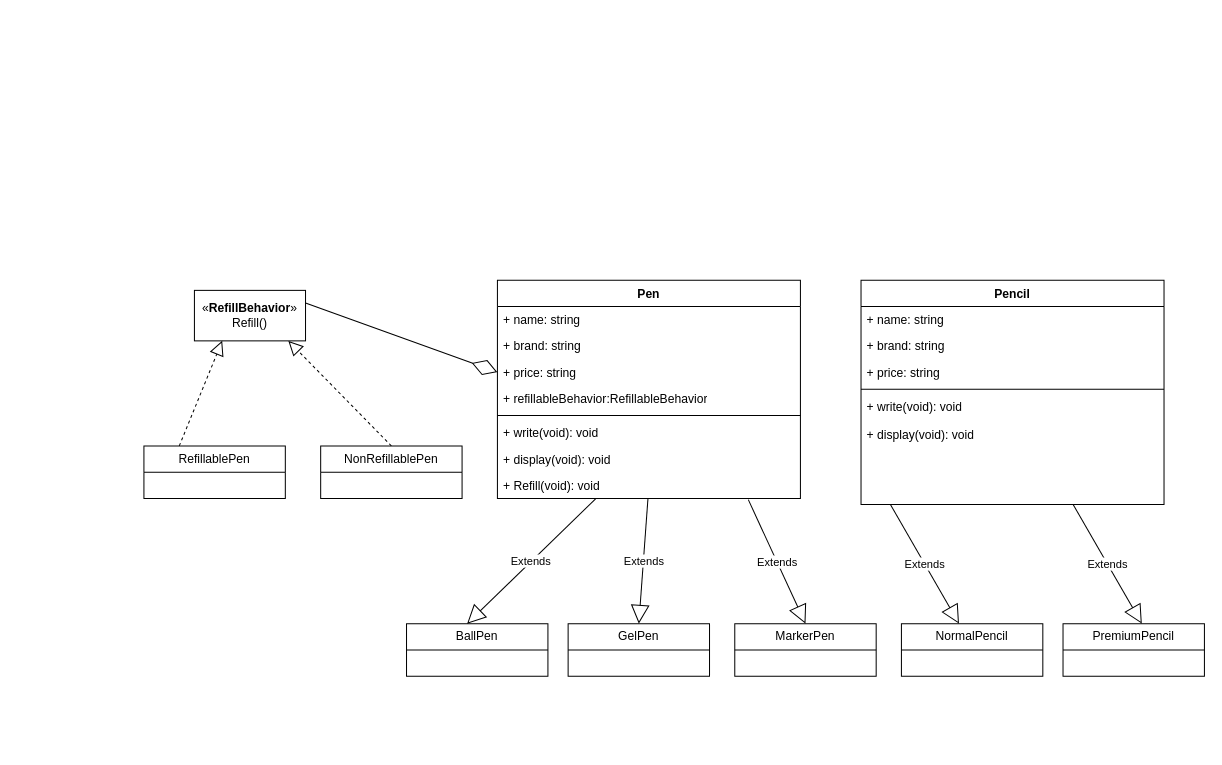
Above: Design_A_Pen_1.drawio in aktomer06/Draw.io (draw.io), before the change. Source tidied: cells renumbered, new cells numbered last; positions are measured from the earlier drawing's top-left corner, leaving out a move shared by most shapes. Both pictures are drawn from the tidied source at 101%, with x=0, y=0 at pixel (143, 280).
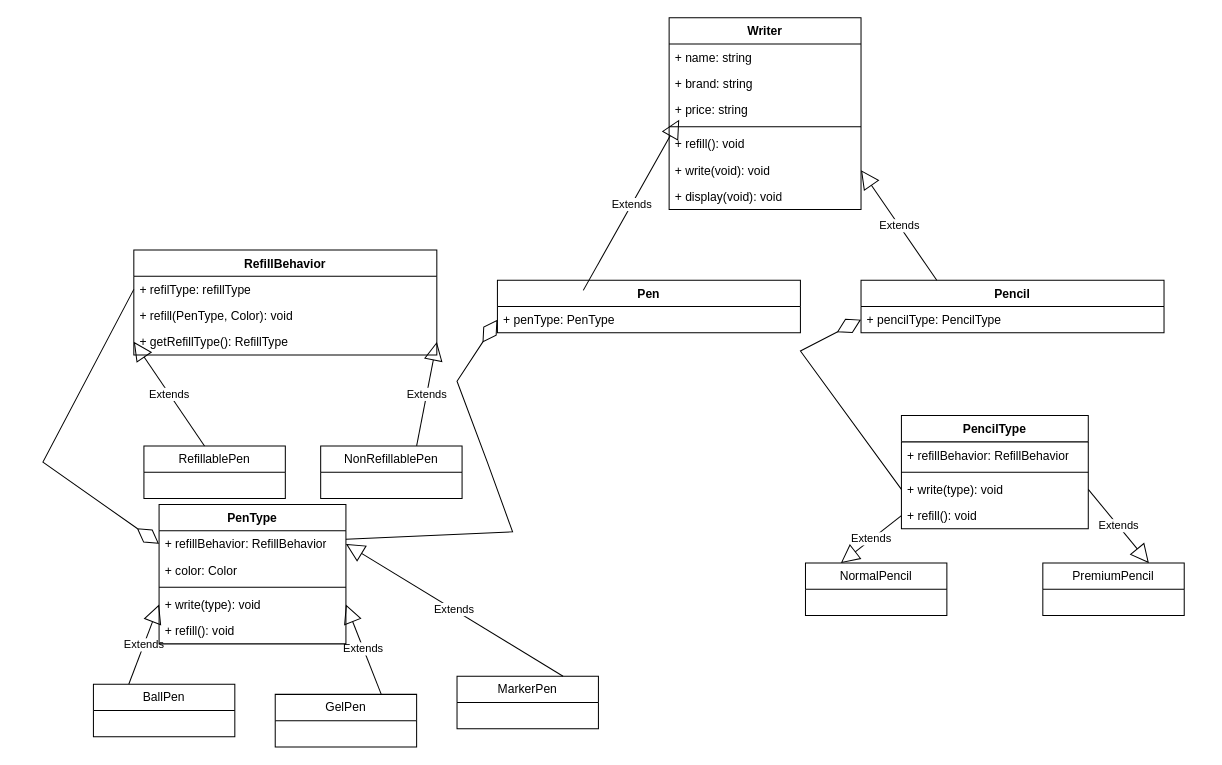
Above is the later version.

Unchanged cells that the change refers to:
```xml
<mxCell id="29" value="RefillablePen" style="swimlane;fontStyle=0;horizontal=1;startSize=26;fillColor=none;whiteSpace=wrap;html=1;" parent="1" vertex="1">
  <mxGeometry y="164" width="140" height="52" as="geometry" />
</mxCell>
<mxCell id="30" value="NonRefillablePen" style="swimlane;fontStyle=0;horizontal=1;startSize=26;fillColor=none;whiteSpace=wrap;html=1;" parent="1" vertex="1">
  <mxGeometry x="175" y="164" width="140" height="52" as="geometry" />
</mxCell>
```

Change to the diagram source:
```diff
@@
     <mxCell id="2" value="Pen" style="swimlane;fontStyle=1;align=center;verticalAlign=top;horizontal=1;startSize=26;whiteSpace=wrap;html=1;" parent="1" vertex="1">
-      <mxGeometry x="350" width="300" height="216" as="geometry" />
+      <mxGeometry x="350" width="300" height="52" as="geometry" />
     </mxCell>
-    <mxCell id="3" value="+ name: string" style="text;strokeColor=none;fillColor=none;align=left;verticalAlign=top;spacingLeft=4;spacingRight=4;overflow=hidden;whiteSpace=wrap;html=1;" parent="2" vertex="1">
-      <mxGeometry y="26" width="300" height="26" as="geometry" />
-    </mxCell>
-    <mxCell id="4" value="+ brand: string" style="text;strokeColor=none;fillColor=none;align=left;verticalAlign=top;spacingLeft=4;spacingRight=4;overflow=hidden;whiteSpace=wrap;html=1;" parent="2" vertex="1">
-      <mxGeometry y="52" width="300" height="26" as="geometry" />
-    </mxCell>
-    <mxCell id="5" value="+ price: string" style="text;strokeColor=none;fillColor=none;align=left;verticalAlign=top;spacingLeft=4;spacingRight=4;overflow=hidden;points=[[0,0.5],[1,0.5]];portConstraint=eastwest;whiteSpace=wrap;html=1;" parent="2" vertex="1">
-      <mxGeometry y="78" width="300" height="26" as="geometry" />
-    </mxCell>
-    <mxCell id="6" value="+ refillableBehavior:RefillableBehavior" style="text;strokeColor=none;fillColor=none;align=left;verticalAlign=top;spacingLeft=4;spacingRight=4;overflow=hidden;whiteSpace=wrap;html=1;" parent="2" vertex="1">
-      <mxGeometry y="104" width="300" height="26" as="geometry" />
-    </mxCell>
-    <mxCell id="7" style="line;strokeWidth=1;fillColor=none;align=left;verticalAlign=middle;spacingTop=-1;spacingLeft=3;spacingRight=3;labelPosition=right;strokeColor=inherit;" parent="2" vertex="1">
-      <mxGeometry y="130" width="300" height="8" as="geometry" />
-    </mxCell>
-    <mxCell id="8" value="+ write(void): void" style="text;strokeColor=none;fillColor=none;align=left;verticalAlign=top;spacingLeft=4;spacingRight=4;overflow=hidden;whiteSpace=wrap;html=1;" parent="2" vertex="1">
-      <mxGeometry y="138" width="300" height="26" as="geometry" />
-    </mxCell>
-    <mxCell id="9" value="+ display(void): void" style="text;strokeColor=none;fillColor=none;align=left;verticalAlign=top;spacingLeft=4;spacingRight=4;overflow=hidden;whiteSpace=wrap;html=1;" parent="2" vertex="1">
-      <mxGeometry y="164" width="300" height="26" as="geometry" />
-    </mxCell>
-    <mxCell id="10" value="+ Refill(void): void" style="text;strokeColor=none;fillColor=none;align=left;verticalAlign=top;spacingLeft=4;spacingRight=4;overflow=hidden;points=[[0,0.5],[1,0.5]];portConstraint=eastwest;whiteSpace=wrap;html=1;" parent="2" vertex="1">
-      <mxGeometry y="190" width="300" height="26" as="geometry" />
-    </mxCell>
+    <mxCell id="34" value="+ penType: PenType" style="text;strokeColor=none;fillColor=none;align=left;verticalAlign=top;spacingLeft=4;spacingRight=4;overflow=hidden;whiteSpace=wrap;html=1;" parent="2" vertex="1">
+      <mxGeometry y="26" width="300" height="26" as="geometry" />
+    </mxCell>
-    <mxCell id="11" value="Extends" style="endArrow=block;endSize=16;endFill=0;html=1;rounded=0;exitX=0.324;exitY=1.015;exitDx=0;exitDy=0;exitPerimeter=0;" parent="1" edge="1" source="10">
-      <mxGeometry relative="1" as="geometry">
-        <mxPoint x="320" y="340" as="targetPoint" />
-      </mxGeometry>
+    <mxCell id="11" value="Extends" style="endArrow=block;endSize=16;endFill=0;html=1;rounded=0;exitX=0.25;exitY=0;exitDx=0;exitDy=0;entryX=0;entryY=0.5;entryDx=0;entryDy=0;" parent="1" edge="1" source="12" target="39">
+      <mxGeometry relative="1" as="geometry" />
     </mxCell>
     <mxCell id="12" value="BallPen" style="swimlane;fontStyle=0;horizontal=1;startSize=26;fillColor=none;whiteSpace=wrap;html=1;" parent="1" vertex="1">
-      <mxGeometry x="260" y="340" width="140" height="52" as="geometry" />
+      <mxGeometry x="-50" y="400" width="140" height="52" as="geometry" />
     </mxCell>
     <mxCell id="13" value="GelPen" style="swimlane;fontStyle=0;horizontal=1;startSize=26;fillColor=none;whiteSpace=wrap;html=1;" parent="1" vertex="1">
-      <mxGeometry x="420" y="340" width="140" height="52" as="geometry" />
+      <mxGeometry x="130" y="410" width="140" height="52" as="geometry" />
     </mxCell>
     <mxCell id="14" value="MarkerPen" style="swimlane;fontStyle=0;horizontal=1;startSize=26;fillColor=none;whiteSpace=wrap;html=1;" parent="1" vertex="1">
-      <mxGeometry x="585" y="340" width="140" height="52" as="geometry" />
+      <mxGeometry x="310" y="392" width="140" height="52" as="geometry" />
     </mxCell>
-    <mxCell id="15" value="Extends" style="endArrow=block;endSize=16;endFill=0;html=1;rounded=0;entryX=0.5;entryY=0;entryDx=0;entryDy=0;" parent="1" edge="1" source="10" target="13">
+    <mxCell id="15" value="Extends" style="endArrow=block;endSize=16;endFill=0;html=1;rounded=0;entryX=1;entryY=0.5;entryDx=0;entryDy=0;exitX=0.75;exitY=0;exitDx=0;exitDy=0;" parent="1" edge="1" source="13" target="39">
       <mxGeometry relative="1" as="geometry" />
     </mxCell>
-    <mxCell id="16" value="Extends" style="endArrow=block;endSize=16;endFill=0;html=1;rounded=0;entryX=0.5;entryY=0;entryDx=0;entryDy=0;exitX=0.828;exitY=1.046;exitDx=0;exitDy=0;exitPerimeter=0;" parent="1" edge="1" source="10" target="14">
+    <mxCell id="16" value="Extends" style="endArrow=block;endSize=16;endFill=0;html=1;rounded=0;exitX=0.75;exitY=0;exitDx=0;exitDy=0;entryX=1;entryY=0.5;entryDx=0;entryDy=0;" parent="1" edge="1" source="14" target="36">
       <mxGeometry relative="1" as="geometry" />
     </mxCell>
     <mxCell id="17" value="Pencil" style="swimlane;fontStyle=1;align=center;verticalAlign=top;horizontal=1;startSize=26;whiteSpace=wrap;html=1;" parent="1" vertex="1">
-      <mxGeometry x="710" width="300" height="222" as="geometry" />
+      <mxGeometry x="710" width="300" height="52" as="geometry" />
     </mxCell>
-    <mxCell id="18" value="+ name: string" style="text;strokeColor=none;fillColor=none;align=left;verticalAlign=top;spacingLeft=4;spacingRight=4;overflow=hidden;whiteSpace=wrap;html=1;" parent="17" vertex="1">
-      <mxGeometry y="26" width="300" height="26" as="geometry" />
-    </mxCell>
-    <mxCell id="19" value="+ brand: string" style="text;strokeColor=none;fillColor=none;align=left;verticalAlign=top;spacingLeft=4;spacingRight=4;overflow=hidden;whiteSpace=wrap;html=1;" parent="17" vertex="1">
-      <mxGeometry y="52" width="300" height="26" as="geometry" />
-    </mxCell>
-    <mxCell id="20" value="+ price: string" style="text;strokeColor=none;fillColor=none;align=left;verticalAlign=top;spacingLeft=4;spacingRight=4;overflow=hidden;whiteSpace=wrap;html=1;" parent="17" vertex="1">
-      <mxGeometry y="78" width="300" height="26" as="geometry" />
+    <mxCell id="20" value="+ pencilType: PencilType" style="text;strokeColor=none;fillColor=none;align=left;verticalAlign=top;spacingLeft=4;spacingRight=4;overflow=hidden;whiteSpace=wrap;html=1;" parent="17" vertex="1">
+      <mxGeometry y="26" width="300" height="26" as="geometry" />
     </mxCell>
-    <mxCell id="21" style="line;strokeWidth=1;fillColor=none;align=left;verticalAlign=middle;spacingTop=-1;spacingLeft=3;spacingRight=3;labelPosition=right;strokeColor=inherit;" parent="17" vertex="1">
-      <mxGeometry y="104" width="300" height="8" as="geometry" />
-    </mxCell>
-    <mxCell id="22" value="+ write(void): void" style="text;strokeColor=none;fillColor=none;align=left;verticalAlign=top;spacingLeft=4;spacingRight=4;overflow=hidden;whiteSpace=wrap;html=1;" parent="17" vertex="1">
-      <mxGeometry y="112" width="300" height="28" as="geometry" />
-    </mxCell>
-    <mxCell id="23" value="+ display(void): void" style="text;strokeColor=none;fillColor=none;align=left;verticalAlign=top;spacingLeft=4;spacingRight=4;overflow=hidden;points=[[0,0.5],[1,0.5]];portConstraint=eastwest;whiteSpace=wrap;html=1;" parent="17" vertex="1">
-      <mxGeometry y="140" width="300" height="82" as="geometry" />
-    </mxCell>
     <mxCell id="24" value="NormalPencil" style="swimlane;fontStyle=0;horizontal=1;startSize=26;fillColor=none;whiteSpace=wrap;html=1;" parent="1" vertex="1">
-      <mxGeometry x="750" y="340" width="140" height="52" as="geometry" />
+      <mxGeometry x="655" y="280" width="140" height="52" as="geometry" />
     </mxCell>
     <mxCell id="25" value="PremiumPencil" style="swimlane;fontStyle=0;horizontal=1;startSize=26;fillColor=none;whiteSpace=wrap;html=1;" parent="1" vertex="1">
-      <mxGeometry x="910" y="340" width="140" height="52" as="geometry" />
+      <mxGeometry x="890" y="280" width="140" height="52" as="geometry" />
     </mxCell>
-    <mxCell id="26" value="Extends" style="endArrow=block;endSize=16;endFill=0;html=1;rounded=0;entryX=0.5;entryY=0;entryDx=0;entryDy=0;exitX=0.097;exitY=1;exitDx=0;exitDy=0;exitPerimeter=0;" parent="1" edge="1" source="23">
-      <mxGeometry relative="1" as="geometry">
-        <mxPoint x="807" y="340" as="targetPoint" />
-      </mxGeometry>
+    <mxCell id="26" value="Extends" style="endArrow=block;endSize=16;endFill=0;html=1;rounded=0;entryX=0.25;entryY=0;entryDx=0;entryDy=0;exitX=0;exitY=0.5;exitDx=0;exitDy=0;" parent="1" edge="1" source="52" target="24">
+      <mxGeometry relative="1" as="geometry" />
     </mxCell>
-    <mxCell id="27" value="Extends" style="endArrow=block;endSize=16;endFill=0;html=1;rounded=0;entryX=0.5;entryY=0;entryDx=0;entryDy=0;exitX=0.097;exitY=1;exitDx=0;exitDy=0;exitPerimeter=0;" parent="1" edge="1">
-      <mxGeometry relative="1" as="geometry">
-        <mxPoint x="920" y="222" as="sourcePoint" />
-        <mxPoint x="988" y="340" as="targetPoint" />
-      </mxGeometry>
+    <mxCell id="27" value="Extends" style="endArrow=block;endSize=16;endFill=0;html=1;rounded=0;entryX=0.75;entryY=0;entryDx=0;entryDy=0;exitX=1;exitY=0.5;exitDx=0;exitDy=0;" parent="1" edge="1" source="51" target="25">
+      <mxGeometry relative="1" as="geometry" />
     </mxCell>
-    <mxCell id="28" value="«&lt;b style=&quot;border-color: var(--border-color);&quot;&gt;RefillBehavior&lt;/b&gt;»&lt;br&gt;Refill()" style="html=1;whiteSpace=wrap;" parent="1" vertex="1">
-      <mxGeometry x="50" y="10" width="110" height="50" as="geometry" />
-    </mxCell>
@@
-    <mxCell id="31" style="endArrow=block;dashed=1;endFill=0;endSize=12;html=1;rounded=0;entryX=0.25;entryY=1;entryDx=0;entryDy=0;exitX=0.25;exitY=0;exitDx=0;exitDy=0;" parent="1" edge="1" source="29" target="28">
-      <mxGeometry relative="1" as="geometry" />
-    </mxCell>
-    <mxCell id="32" style="endArrow=block;dashed=1;endFill=0;endSize=12;html=1;rounded=0;entryX=0.25;entryY=1;entryDx=0;entryDy=0;exitX=0.5;exitY=0;exitDx=0;exitDy=0;" parent="1" edge="1" source="30">
-      <mxGeometry relative="1" as="geometry">
-        <mxPoint x="143" y="60" as="targetPoint" />
-      </mxGeometry>
-    </mxCell>
-    <mxCell id="33" style="endArrow=diamondThin;endFill=0;endSize=24;html=1;rounded=0;entryX=0;entryY=0.5;entryDx=0;entryDy=0;exitX=1;exitY=0.25;exitDx=0;exitDy=0;" parent="1" edge="1" source="28" target="5">
-      <mxGeometry relative="1" as="geometry" />
+    <mxCell id="33" style="endArrow=diamondThin;endFill=0;endSize=24;html=1;rounded=0;exitX=0;exitY=0.5;exitDx=0;exitDy=0;entryX=0;entryY=0.5;entryDx=0;entryDy=0;" parent="1" edge="1" source="55" target="36">
+      <mxGeometry relative="1" as="geometry">
+        <Array as="points">
+          <mxPoint x="-100" y="180" />
+        </Array>
+      </mxGeometry>
     </mxCell>
+    <mxCell id="35" value="PenType" style="swimlane;fontStyle=1;align=center;verticalAlign=top;horizontal=1;startSize=26;whiteSpace=wrap;html=1;" parent="1" vertex="1">
+      <mxGeometry x="15" y="222" width="185" height="138" as="geometry" />
+    </mxCell>
+    <mxCell id="36" value="+ refillBehavior: RefillBehavior" style="text;strokeColor=none;fillColor=none;align=left;verticalAlign=top;spacingLeft=4;spacingRight=4;overflow=hidden;points=[[0,0.5],[1,0.5]];portConstraint=eastwest;whiteSpace=wrap;html=1;" parent="35" vertex="1">
+      <mxGeometry y="26" width="185" height="26" as="geometry" />
+    </mxCell>
+    <mxCell id="37" value="+ color: Color" style="text;strokeColor=none;fillColor=none;align=left;verticalAlign=top;spacingLeft=4;spacingRight=4;overflow=hidden;whiteSpace=wrap;html=1;" parent="35" vertex="1">
+      <mxGeometry y="52" width="185" height="26" as="geometry" />
+    </mxCell>
+    <mxCell id="38" style="line;strokeWidth=1;fillColor=none;align=left;verticalAlign=middle;spacingTop=-1;spacingLeft=3;spacingRight=3;labelPosition=right;strokeColor=inherit;" parent="35" vertex="1">
+      <mxGeometry y="78" width="185" height="8" as="geometry" />
+    </mxCell>
+    <mxCell id="39" value="+ write(type): void" style="text;strokeColor=none;fillColor=none;align=left;verticalAlign=top;spacingLeft=4;spacingRight=4;overflow=hidden;points=[[0,0.5],[1,0.5]];portConstraint=eastwest;whiteSpace=wrap;html=1;" parent="35" vertex="1">
+      <mxGeometry y="86" width="185" height="26" as="geometry" />
+    </mxCell>
+    <mxCell id="40" value="+ refill(): void" style="text;strokeColor=none;fillColor=none;align=left;verticalAlign=top;spacingLeft=4;spacingRight=4;overflow=hidden;whiteSpace=wrap;html=1;" parent="35" vertex="1">
+      <mxGeometry y="112" width="185" height="26" as="geometry" />
+    </mxCell>
+    <mxCell id="41" style="endArrow=diamondThin;endFill=0;endSize=24;html=1;rounded=0;exitX=1;exitY=0.25;exitDx=0;exitDy=0;entryX=0;entryY=0.5;entryDx=0;entryDy=0;" parent="1" edge="1" source="35">
+      <mxGeometry relative="1" as="geometry">
+        <mxPoint x="350" y="39" as="targetPoint" />
+        <Array as="points">
+          <mxPoint x="365" y="249" />
+          <mxPoint x="340" y="180" />
+          <mxPoint x="310" y="100" />
+        </Array>
+      </mxGeometry>
+    </mxCell>
+    <mxCell id="42" value="Writer" style="swimlane;fontStyle=1;align=center;verticalAlign=top;horizontal=1;startSize=26;whiteSpace=wrap;html=1;" parent="1" vertex="1">
+      <mxGeometry x="520" y="-260" width="190" height="190" as="geometry" />
+    </mxCell>
+    <mxCell id="43" value="+ name: string" style="text;strokeColor=none;fillColor=none;align=left;verticalAlign=top;spacingLeft=4;spacingRight=4;overflow=hidden;whiteSpace=wrap;html=1;" parent="42" vertex="1">
+      <mxGeometry y="26" width="190" height="26" as="geometry" />
+    </mxCell>
+    <mxCell id="44" value="+ brand: string" style="text;strokeColor=none;fillColor=none;align=left;verticalAlign=top;spacingLeft=4;spacingRight=4;overflow=hidden;whiteSpace=wrap;html=1;" parent="42" vertex="1">
+      <mxGeometry y="52" width="190" height="26" as="geometry" />
+    </mxCell>
+    <mxCell id="5" value="+ price: string" style="text;strokeColor=none;fillColor=none;align=left;verticalAlign=top;spacingLeft=4;spacingRight=4;overflow=hidden;points=[[0,0.5],[1,0.5]];portConstraint=eastwest;whiteSpace=wrap;html=1;" parent="42" vertex="1">
+      <mxGeometry y="78" width="190" height="26" as="geometry" />
+    </mxCell>
+    <mxCell id="45" style="line;strokeWidth=1;fillColor=none;align=left;verticalAlign=middle;spacingTop=-1;spacingLeft=3;spacingRight=3;labelPosition=right;strokeColor=inherit;" parent="42" vertex="1">
+      <mxGeometry y="104" width="190" height="8" as="geometry" />
+    </mxCell>
+    <mxCell id="46" value="+ refill(): void" style="text;strokeColor=none;fillColor=none;align=left;verticalAlign=top;spacingLeft=4;spacingRight=4;overflow=hidden;whiteSpace=wrap;html=1;" parent="42" vertex="1">
+      <mxGeometry y="112" width="190" height="26" as="geometry" />
+    </mxCell>
+    <mxCell id="47" value="+ write(void): void" style="text;strokeColor=none;fillColor=none;align=left;verticalAlign=top;spacingLeft=4;spacingRight=4;overflow=hidden;points=[[0,0.5],[1,0.5]];portConstraint=eastwest;whiteSpace=wrap;html=1;" parent="42" vertex="1">
+      <mxGeometry y="138" width="190" height="26" as="geometry" />
+    </mxCell>
+    <mxCell id="9" value="+ display(void): void" style="text;strokeColor=none;fillColor=none;align=left;verticalAlign=top;spacingLeft=4;spacingRight=4;overflow=hidden;whiteSpace=wrap;html=1;" parent="42" vertex="1">
+      <mxGeometry y="164" width="190" height="26" as="geometry" />
+    </mxCell>
+    <mxCell id="48" value="PencilType" style="swimlane;fontStyle=1;align=center;verticalAlign=top;horizontal=1;startSize=26;whiteSpace=wrap;html=1;" parent="1" vertex="1">
+      <mxGeometry x="750" y="134" width="185" height="112" as="geometry" />
+    </mxCell>
+    <mxCell id="49" value="+ refillBehavior: RefillBehavior" style="text;strokeColor=none;fillColor=none;align=left;verticalAlign=top;spacingLeft=4;spacingRight=4;overflow=hidden;whiteSpace=wrap;html=1;" parent="48" vertex="1">
+      <mxGeometry y="26" width="185" height="26" as="geometry" />
+    </mxCell>
+    <mxCell id="50" style="line;strokeWidth=1;fillColor=none;align=left;verticalAlign=middle;spacingTop=-1;spacingLeft=3;spacingRight=3;labelPosition=right;strokeColor=inherit;" parent="48" vertex="1">
+      <mxGeometry y="52" width="185" height="8" as="geometry" />
+    </mxCell>
+    <mxCell id="51" value="+ write(type): void" style="text;strokeColor=none;fillColor=none;align=left;verticalAlign=top;spacingLeft=4;spacingRight=4;overflow=hidden;points=[[0,0.5],[1,0.5]];portConstraint=eastwest;whiteSpace=wrap;html=1;" parent="48" vertex="1">
+      <mxGeometry y="60" width="185" height="26" as="geometry" />
+    </mxCell>
+    <mxCell id="52" value="+ refill(): void" style="text;strokeColor=none;fillColor=none;align=left;verticalAlign=top;spacingLeft=4;spacingRight=4;overflow=hidden;points=[[0,0.5],[1,0.5]];portConstraint=eastwest;whiteSpace=wrap;html=1;" parent="48" vertex="1">
+      <mxGeometry y="86" width="185" height="26" as="geometry" />
+    </mxCell>
+    <mxCell id="53" style="endArrow=diamondThin;endFill=0;endSize=24;html=1;rounded=0;exitX=0;exitY=0.5;exitDx=0;exitDy=0;" parent="1" edge="1" source="51">
+      <mxGeometry relative="1" as="geometry">
+        <mxPoint x="710" y="39" as="targetPoint" />
+        <Array as="points">
+          <mxPoint x="650" y="70" />
+        </Array>
+      </mxGeometry>
+    </mxCell>
+    <mxCell id="54" value="RefillBehavior" style="swimlane;fontStyle=1;align=center;verticalAlign=top;horizontal=1;startSize=26;whiteSpace=wrap;html=1;" parent="1" vertex="1">
+      <mxGeometry x="-10" y="-30" width="300" height="104" as="geometry" />
+    </mxCell>
+    <mxCell id="55" value="+ refilType: refillType" style="text;strokeColor=none;fillColor=none;align=left;verticalAlign=top;spacingLeft=4;spacingRight=4;overflow=hidden;points=[[0,0.5],[1,0.5]];portConstraint=eastwest;whiteSpace=wrap;html=1;" parent="54" vertex="1">
+      <mxGeometry y="26" width="300" height="26" as="geometry" />
+    </mxCell>
+    <mxCell id="56" value="+ refill(PenType, Color): void" style="text;strokeColor=none;fillColor=none;align=left;verticalAlign=top;spacingLeft=4;spacingRight=4;overflow=hidden;whiteSpace=wrap;html=1;" parent="54" vertex="1">
+      <mxGeometry y="52" width="300" height="26" as="geometry" />
+    </mxCell>
+    <mxCell id="57" value="+ getRefillType(): RefillType" style="text;strokeColor=none;fillColor=none;align=left;verticalAlign=top;spacingLeft=4;spacingRight=4;overflow=hidden;points=[[0,0.5],[1,0.5]];portConstraint=eastwest;whiteSpace=wrap;html=1;" parent="54" vertex="1">
+      <mxGeometry y="78" width="300" height="26" as="geometry" />
+    </mxCell>
+    <mxCell id="58" value="Extends" style="endArrow=block;endSize=16;endFill=0;html=1;rounded=0;exitX=0.25;exitY=0;exitDx=0;exitDy=0;entryX=0;entryY=0.5;entryDx=0;entryDy=0;" parent="1" edge="1" target="57">
+      <mxGeometry relative="1" as="geometry">
+        <mxPoint x="60" y="164" as="sourcePoint" />
+      </mxGeometry>
+    </mxCell>
+    <mxCell id="59" value="Extends" style="endArrow=block;endSize=16;endFill=0;html=1;rounded=0;entryX=1;entryY=0.5;entryDx=0;entryDy=0;exitX=0.25;exitY=0;exitDx=0;exitDy=0;" parent="1" edge="1" source="17" target="47">
+      <mxGeometry relative="1" as="geometry" />
+    </mxCell>
+    <mxCell id="60" value="Extends" style="endArrow=block;endSize=16;endFill=0;html=1;rounded=0;entryX=0;entryY=0.5;entryDx=0;entryDy=0;exitX=0.25;exitY=0;exitDx=0;exitDy=0;" parent="1" edge="1">
+      <mxGeometry relative="1" as="geometry">
+        <mxPoint x="435" y="10" as="sourcePoint" />
+        <mxPoint x="530" y="-159" as="targetPoint" />
+      </mxGeometry>
+    </mxCell>
+    <mxCell id="61" value="Extends" style="endArrow=block;endSize=16;endFill=0;html=1;rounded=0;exitX=0.25;exitY=0;exitDx=0;exitDy=0;entryX=1;entryY=0.5;entryDx=0;entryDy=0;" parent="1" edge="1" target="57">
+      <mxGeometry relative="1" as="geometry">
+        <mxPoint x="270" y="164" as="sourcePoint" />
+      </mxGeometry>
+    </mxCell>
```
